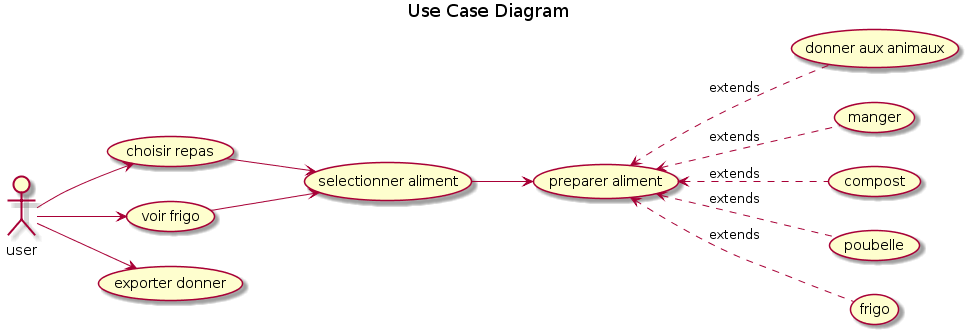
tbouete/SuiviDechetsOrg keeps this PlantUML diagram as UseCase.png. Above is the earlier version.
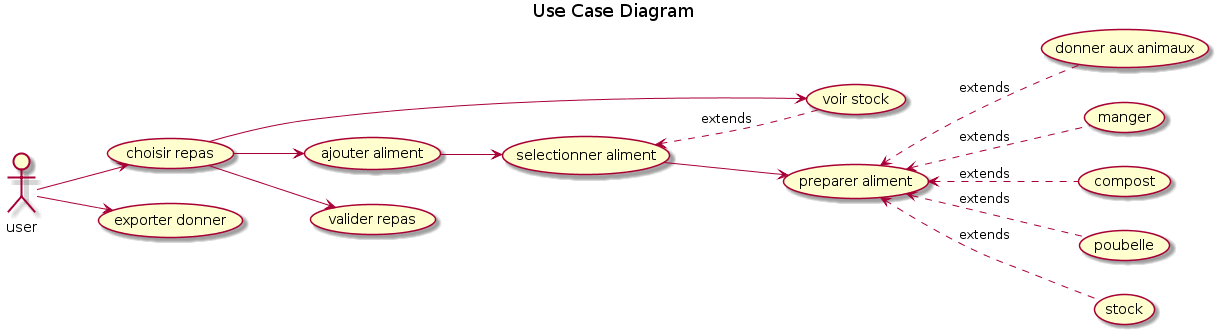
The same file after the commit.

Commit message:
Update UseCase pour correspondre à la maquette

Diff of the diagram source:
```diff
@@ -3,16 +3,21 @@
 
 left to right direction
 user --> (choisir repas)
-(choisir repas) --> (selectionner aliment)
+(choisir repas) --> (voir stock)
+(choisir repas) --> (ajouter aliment)
+(choisir repas) --> (valider repas)
+(ajouter aliment) -->(selectionner aliment)
+(selectionner aliment) <.down. (voir stock) : extends
+
+
+
 (selectionner aliment) --> (preparer aliment)
 (preparer aliment) <.down. (donner aux animaux) : extends
 (preparer aliment) <.down. (manger) : extends
 (preparer aliment) <.down. (compost) : extends
 (preparer aliment) <.down. (poubelle) : extends
-(preparer aliment) <.down. (frigo) : extends
+(preparer aliment) <.down. (stock) : extends
 
-user --> (voir frigo)
-(voir frigo) --> (selectionner aliment)
 
 user --> (exporter donner)
 @enduml
```
